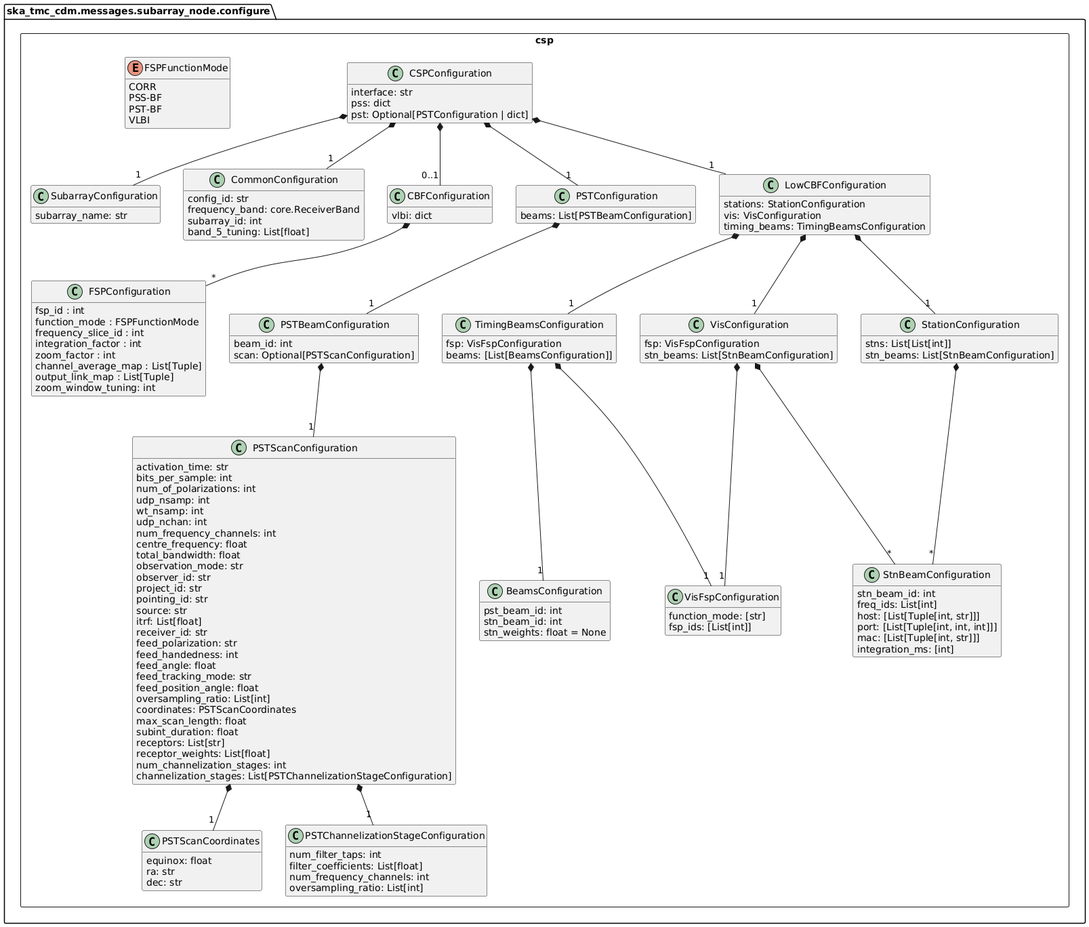
Earlier version of the PlantUML export docs/src/developer/subarraynode/csp.png (ska-telescope/cdm-shared-library).
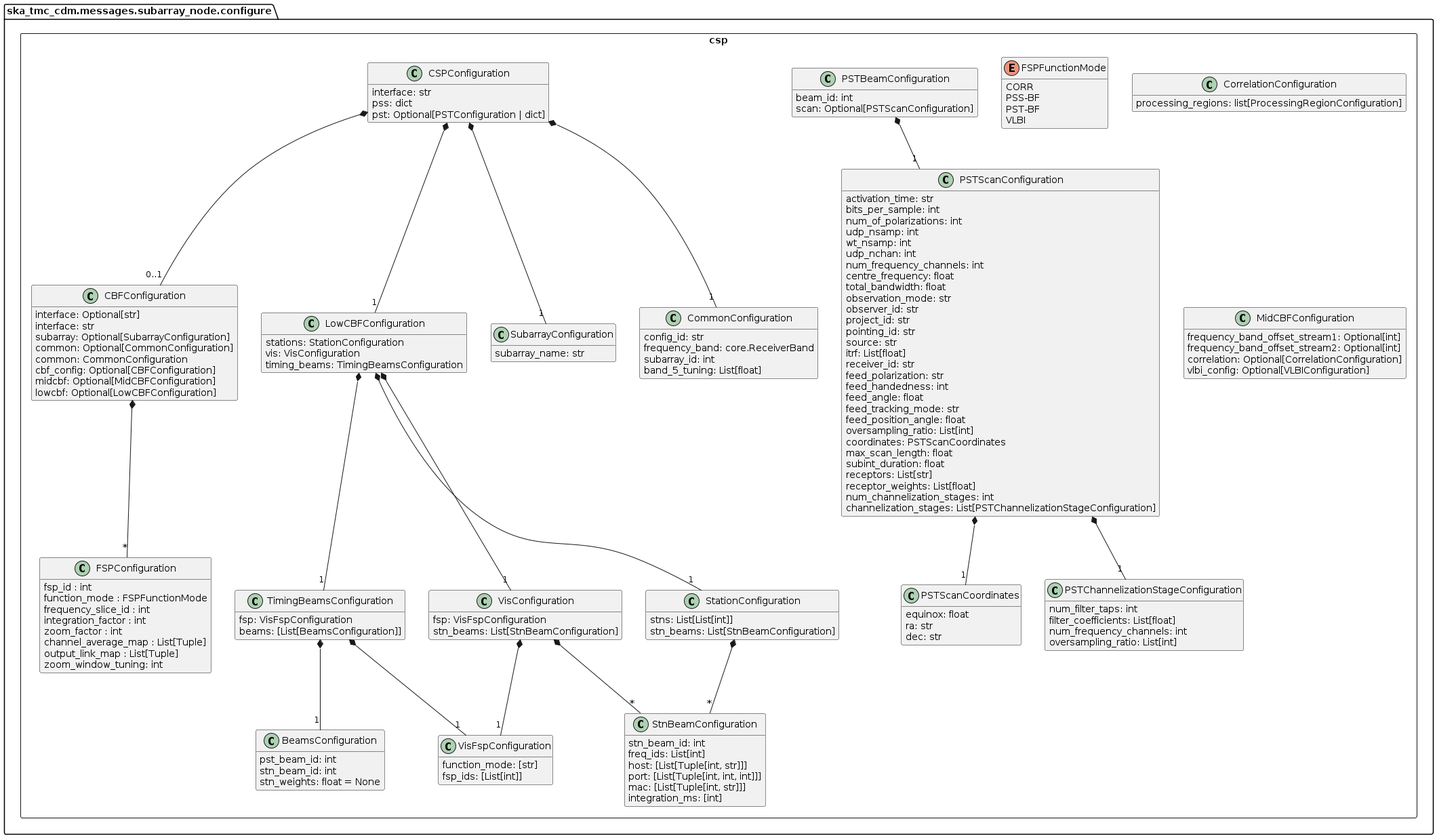
After the change.

Commit message:
BTN-2484: Update PNG diagram

Change to the diagram source:
```diff
@@ -8,20 +8,26 @@
 set separator none
 package ska_tmc_cdm.messages.subarray_node.configure {
 	package csp <<Rectangle>> {
-	    class SubarrayConfiguration {
-	        subarray_name: str
-	    }
+		class SubarrayConfiguration {
+			subarray_name: str
+		}
 
-	    class CommonConfiguration {
-	        config_id: str
-            frequency_band: core.ReceiverBand
-            subarray_id: int
-            band_5_tuning: List[float]
-	    }
-
-	    class CBFConfiguration {
-            vlbi: dict
-	    }
+		class CommonConfiguration {
+			config_id: str
+			frequency_band: core.ReceiverBand
+			subarray_id: int
+			band_5_tuning: List[float]
+		}
+		class CBFConfiguration {
+			interface: Optional[str]
+			interface: str
+			subarray: Optional[SubarrayConfiguration]
+			common: Optional[CommonConfiguration]
+			common: CommonConfiguration
+			cbf_config: Optional[CBFConfiguration]
+			midcbf: Optional[MidCBFConfiguration]
+			lowcbf: Optional[LowCBFConfiguration]
+		}
 
 		enum FSPFunctionMode {
 			CORR
@@ -75,7 +81,7 @@
 
 		class PSTBeamConfiguration {
 			beam_id: int
-            scan: Optional[PSTScanConfiguration]
+			scan: Optional[PSTScanConfiguration]
 		}
 
 		class PSTScanCoordinates {
@@ -96,16 +102,27 @@
 		}
 
 		class CSPConfiguration {
-	        interface: str
-	        pss: dict
-	        pst: Optional[PSTConfiguration | dict]
+			interface: str
+			pss: dict
+			pst: Optional[PSTConfiguration | dict]
 
+		}
+
+		class CorrelationConfiguration {
+			processing_regions: list[ProcessingRegionConfiguration]
 		}
 
 		class LowCBFConfiguration {
 			stations: StationConfiguration
 			vis: VisConfiguration
 			timing_beams: TimingBeamsConfiguration
+		}
+
+		class MidCBFConfiguration {
+			frequency_band_offset_stream1: Optional[int]
+			frequency_band_offset_stream2: Optional[int]
+			correlation: Optional[CorrelationConfiguration]
+			vlbi_config: Optional[VLBIConfiguration]
 		}
 
 		class TimingBeamsConfiguration {
@@ -121,7 +138,7 @@
 
 		class StationConfiguration {
 			stns: List[List[int]]
-        	stn_beams: List[StnBeamConfiguration]
+			stn_beams: List[StnBeamConfiguration]
 		}
 
 		class StnBeamConfiguration {
```
